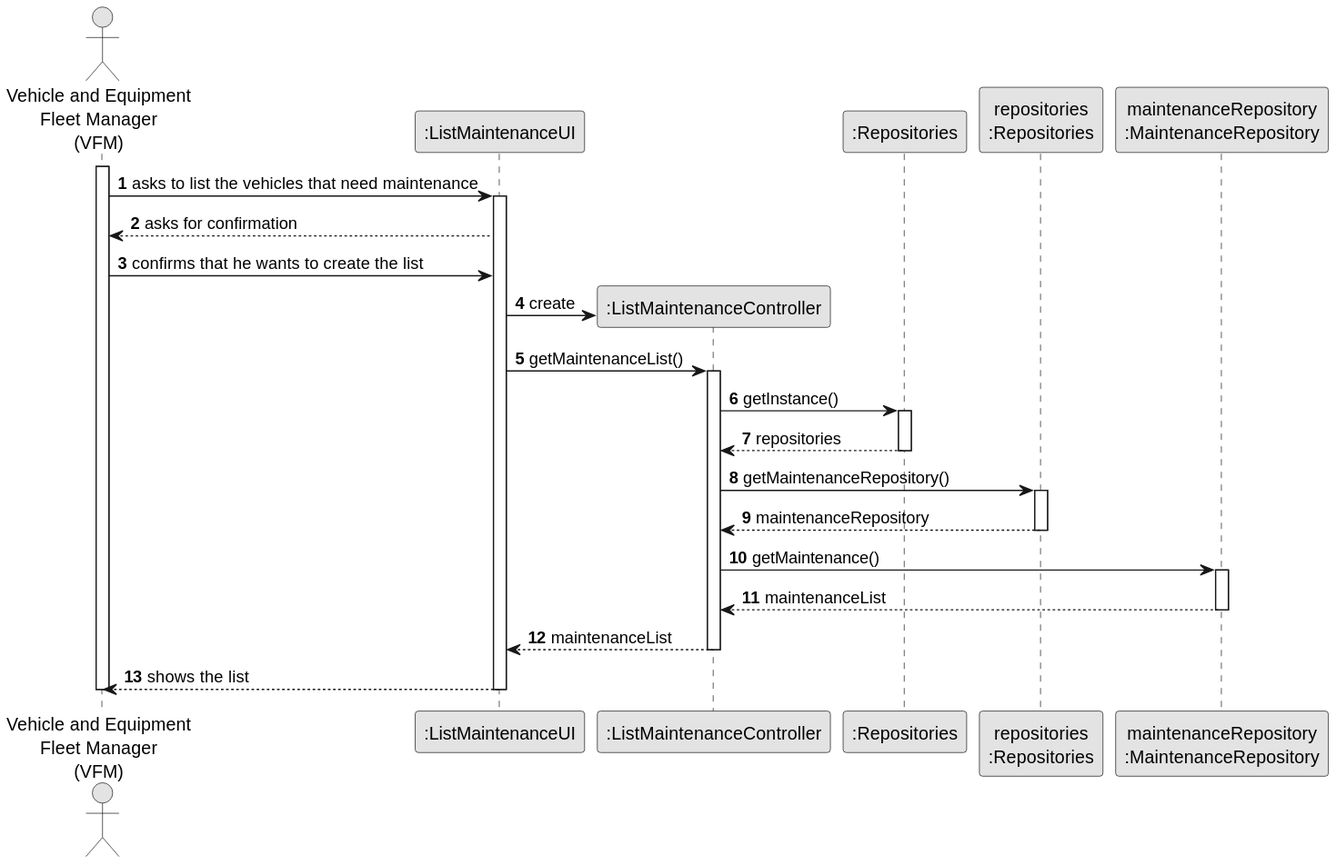
This is docs/sprintB/us008/03.design/svg/us008-sequence-diagram-full.svg from diogoveirospro/lei-24-s2-1dg-g072, a PlantUML export, as it was before one commit.
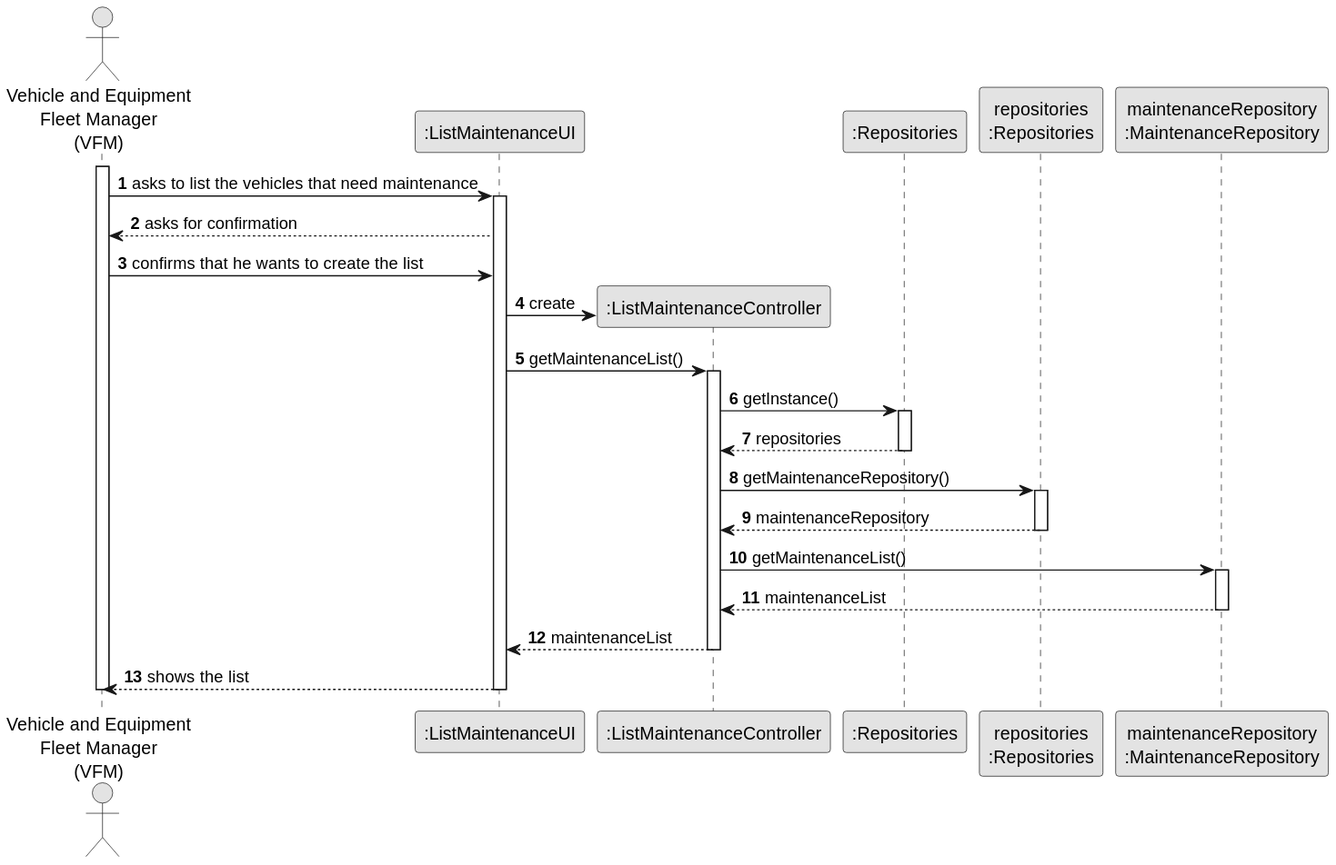
The same file after the commit.

Change to the diagram source:
```diff
@@ -38,7 +38,7 @@
                     REP --> CTRL: maintenanceRepository
                 deactivate REP
 
-                CTRL -> maintenanceRepository : getMaintenance()
+                CTRL -> maintenanceRepository : getMaintenanceList()
 
                 activate maintenanceRepository
 
```
